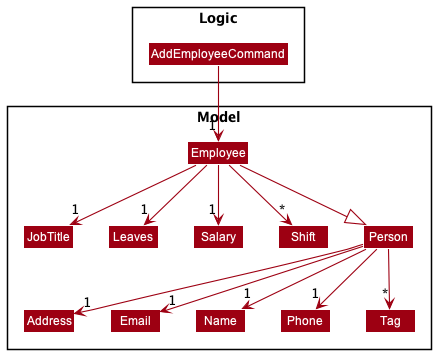
Before: docs/images/AddEmployeeCommandClassDiagram.png, a diagram exported from PlantUML (nus-cs2103-AY2122S1/tp). The source it was exported from:
```plantuml
@startuml
!include style.puml
skinparam arrowThickness 1.1
skinparam arrowColor MODEL_COLOR
skinparam classBackgroundColor MODEL_COLOR

package Logic {
class AddEmployeeCommand
}


package Model {
class Employee
class JobTitle
class Leaves
class Salary
class Shift
class Person
class Address
class Email
class Name
class Phone
class Tag
}

AddEmployeeCommand --> "1" Employee
Employee --> "1" JobTitle
Employee --> "1" Leaves
Employee --> "1" Salary
Employee --> "*" Shift
Employee --|> Person
Person --> "1" Address
Person --> "1" Phone
Person --> "1" Email
Person --> "1" Name
Person --> "*" Tag

@enduml
```
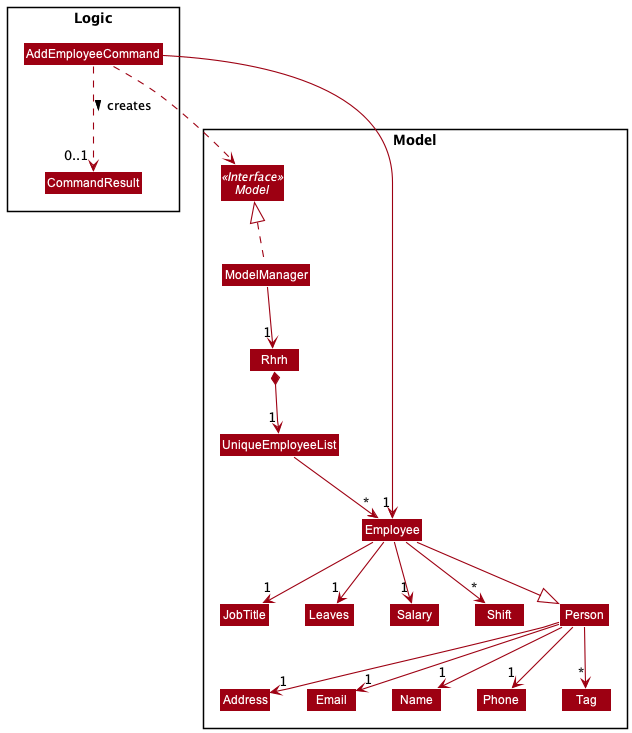
After the commit.

Commit message:
Improve Diagrams

Diff of the diagram source:
```diff
@@ -6,6 +6,7 @@
 
 package Logic {
 class AddEmployeeCommand
+class CommandResult
 }
 
 
@@ -21,8 +22,18 @@
 class Name
 class Phone
 class Tag
+Interface Model <<Interface>>
+class ModelManager
+class Rhrh
+class UniqueEmployeeList
 }
 
+AddEmployeeCommand ..> Model
+ModelManager ..up|> Model
+ModelManager --> "1" Rhrh
+Rhrh *--> "1" UniqueEmployeeList
+UniqueEmployeeList --> "*" Employee
+AddEmployeeCommand ..> "0..1" CommandResult : creates >
 AddEmployeeCommand --> "1" Employee
 Employee --> "1" JobTitle
 Employee --> "1" Leaves
```
